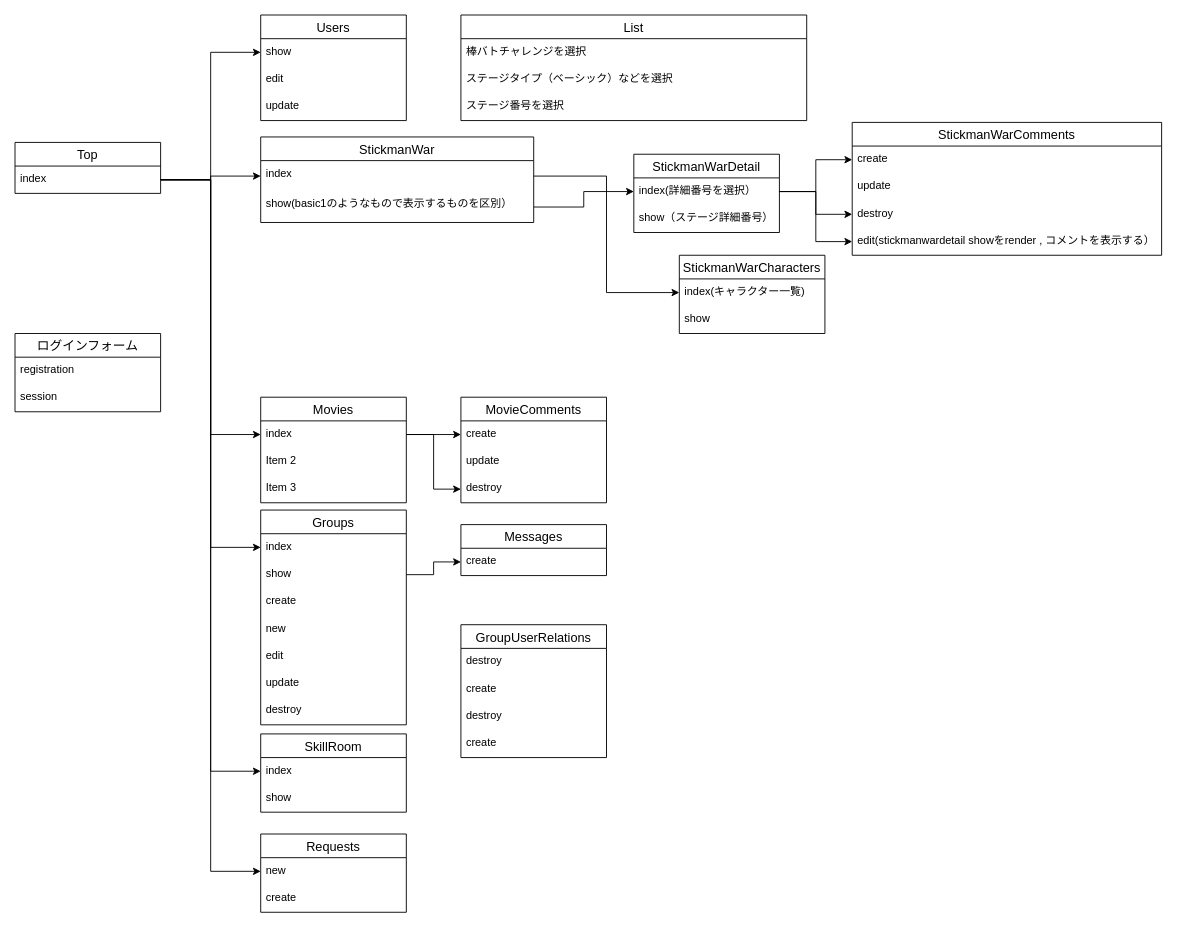
runba3011/runba_home keeps this draw.io diagram as flow.dio. Above is the earlier version. Source tidied: cells renumbered, new cells numbered last; positions are measured from the earlier drawing's top-left corner, leaving out a move shared by most shapes. Both pictures are drawn from the tidied source at 91%, with x=0, y=0 at pixel (15, 15).
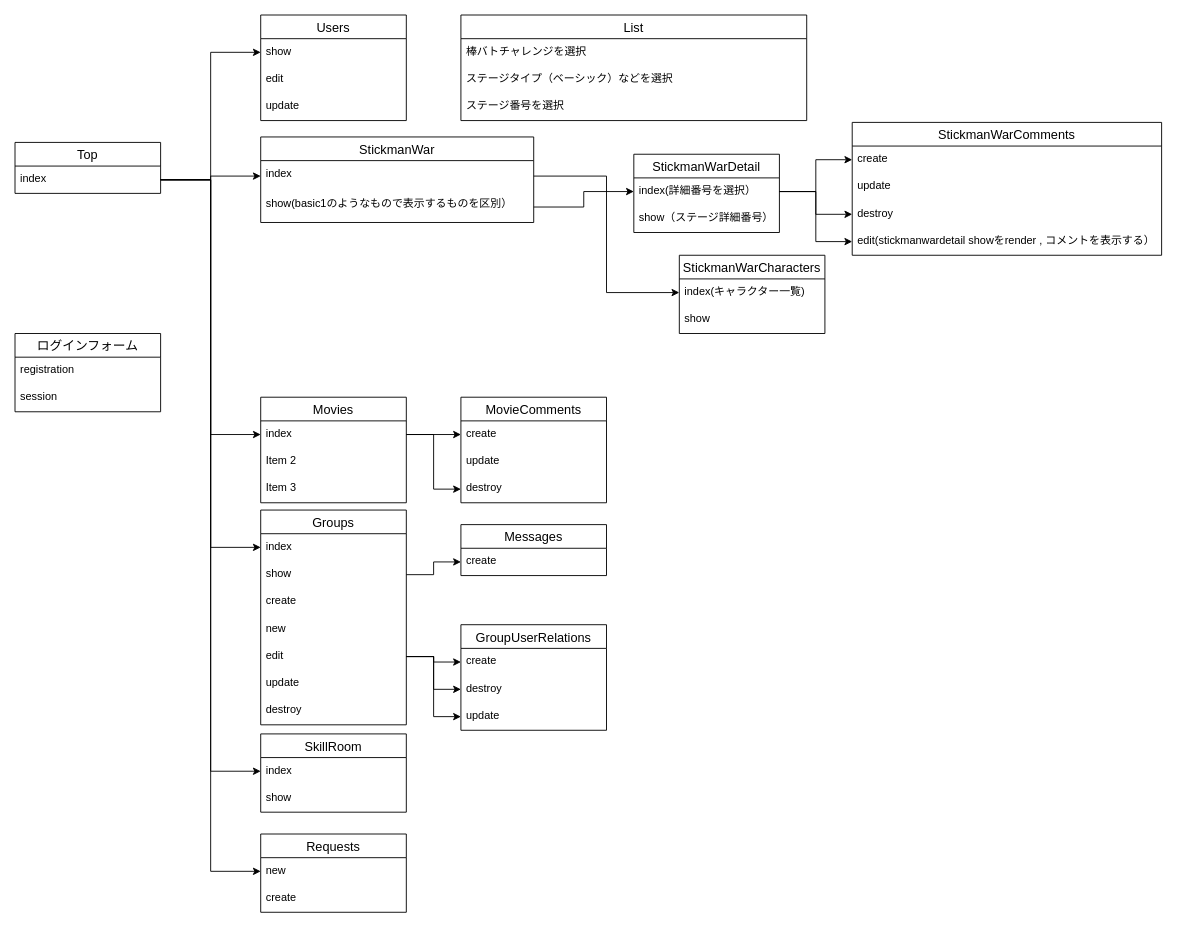
The same page after the edit.

Unchanged cells that the change refers to:
```xml
<mxCell id="16" value="edit" style="text;strokeColor=none;fillColor=none;spacingLeft=4;spacingRight=4;overflow=hidden;points=[[0,0.5],[1,0.5]];portConstraint=eastwest;fontSize=12;" parent="11" vertex="1">
  <mxGeometry y="146" width="160" height="30" as="geometry" />
</mxCell>
```

The edit, as a diff of the source:
```diff
@@
     <mxCell id="67" value="GroupUserRelations" style="swimlane;fontStyle=0;horizontal=1;startSize=26;align=center;fontSize=14;" parent="1" vertex="1">
-      <mxGeometry x="490" y="670" width="160" height="146" as="geometry" />
+      <mxGeometry x="490" y="670" width="160" height="116" as="geometry" />
     </mxCell>
-    <mxCell id="68" value="destroy" style="text;strokeColor=none;fillColor=none;spacingLeft=4;spacingRight=4;overflow=hidden;fontSize=12;" parent="67" vertex="1">
-      <mxGeometry y="26" width="160" height="30" as="geometry" />
-    </mxCell>
     <mxCell id="69" value="create" style="text;strokeColor=none;fillColor=none;spacingLeft=4;spacingRight=4;overflow=hidden;points=[[0,0.5],[1,0.5]];portConstraint=eastwest;fontSize=12;" parent="67" vertex="1">
-      <mxGeometry y="56" width="160" height="30" as="geometry" />
+      <mxGeometry y="26" width="160" height="30" as="geometry" />
     </mxCell>
     <mxCell id="70" value="destroy" style="text;strokeColor=none;fillColor=none;spacingLeft=4;spacingRight=4;overflow=hidden;points=[[0,0.5],[1,0.5]];portConstraint=eastwest;fontSize=12;" parent="67" vertex="1">
-      <mxGeometry y="86" width="160" height="30" as="geometry" />
+      <mxGeometry y="56" width="160" height="30" as="geometry" />
     </mxCell>
-    <mxCell id="71" value="create" style="text;strokeColor=none;fillColor=none;spacingLeft=4;spacingRight=4;overflow=hidden;points=[[0,0.5],[1,0.5]];portConstraint=eastwest;fontSize=12;" parent="67" vertex="1">
-      <mxGeometry y="116" width="160" height="30" as="geometry" />
+    <mxCell id="71" value="update" style="text;strokeColor=none;fillColor=none;spacingLeft=4;spacingRight=4;overflow=hidden;points=[[0,0.5],[1,0.5]];portConstraint=eastwest;fontSize=12;" parent="67" vertex="1">
+      <mxGeometry y="86" width="160" height="30" as="geometry" />
     </mxCell>
+    <mxCell id="72" style="edgeStyle=orthogonalEdgeStyle;rounded=0;jettySize=auto;html=1;entryX=0;entryY=0.5;entryDx=0;entryDy=0;" parent="1" edge="1" source="16" target="69">
+      <mxGeometry relative="1" as="geometry" />
+    </mxCell>
+    <mxCell id="73" style="edgeStyle=orthogonalEdgeStyle;rounded=0;jettySize=auto;html=1;entryX=0;entryY=0.5;entryDx=0;entryDy=0;" parent="1" edge="1" source="16" target="70">
+      <mxGeometry relative="1" as="geometry" />
+    </mxCell>
+    <mxCell id="74" style="edgeStyle=orthogonalEdgeStyle;rounded=0;jettySize=auto;html=1;" parent="1" edge="1" source="16" target="71">
+      <mxGeometry relative="1" as="geometry" />
+    </mxCell>
```
